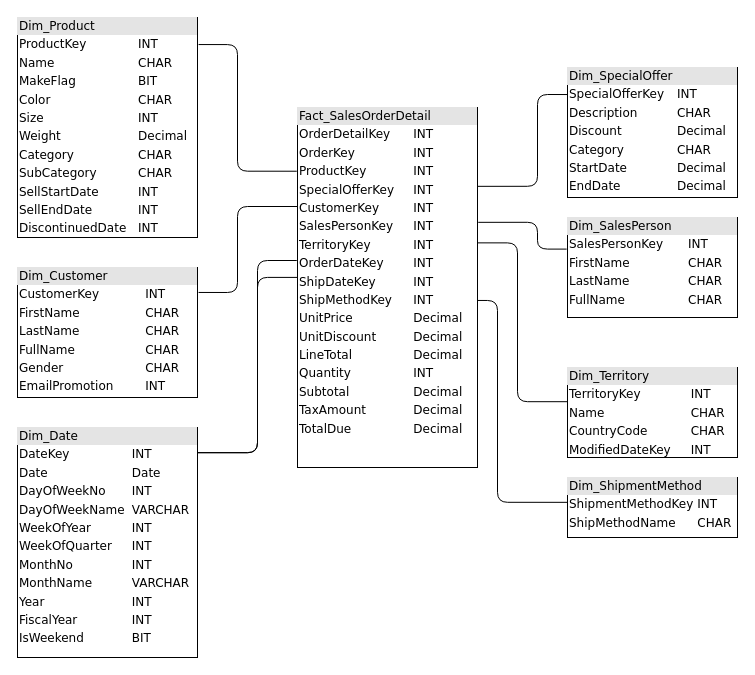
Above: DW_diagram.drawio in SlatanEnLexSemester4/Data-Warehousing-en-Business-Intelligence (draw.io), before the change. Source tidied: cells renumbered, new cells numbered last; positions are measured from the earlier drawing's top-left corner, leaving out a move shared by most shapes. Both pictures are drawn from the tidied source at 100%, with x=0, y=0 at pixel (17, 17).
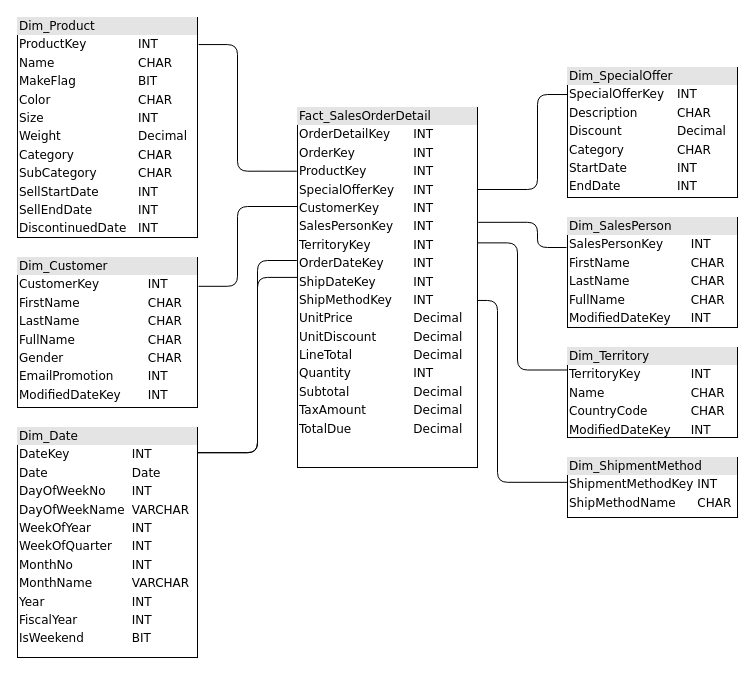
After the change.

Unchanged cells that the change refers to:
```xml
<mxCell id="2" value="&lt;div style=&quot;box-sizing: border-box ; width: 100% ; background: #e4e4e4 ; padding: 2px&quot;&gt;Fact_SalesOrderDetail&lt;/div&gt;&lt;table style=&quot;width: 100% ; font-size: 1em&quot; cellspacing=&quot;0&quot; cellpadding=&quot;2&quot;&gt;&lt;tbody&gt;&lt;tr&gt;&lt;td&gt;OrderDetailKey&lt;/td&gt;&lt;td&gt;INT&lt;/td&gt;&lt;td&gt;&lt;br&gt;&lt;/td&gt;&lt;/tr&gt;&lt;tr&gt;&lt;td&gt;OrderKey&lt;/td&gt;&lt;td&gt;INT&lt;/td&gt;&lt;td&gt;&lt;br&gt;&lt;/td&gt;&lt;/tr&gt;&lt;tr&gt;&lt;td&gt;ProductKey&lt;/td&gt;&lt;td&gt;INT&lt;/td&gt;&lt;td&gt;&lt;br&gt;&lt;/td&gt;&lt;/tr&gt;&lt;tr&gt;&lt;td&gt;SpecialOfferKey&lt;br&gt;&lt;/td&gt;&lt;td&gt;INT&lt;/td&gt;&lt;td&gt;&lt;br&gt;&lt;/td&gt;&lt;/tr&gt;&lt;tr&gt;&lt;td&gt;CustomerKey&lt;br&gt;&lt;/td&gt;&lt;td&gt;INT&lt;/td&gt;&lt;td&gt;&lt;br&gt;&lt;/td&gt;&lt;/tr&gt;&lt;tr&gt;&lt;td&gt;SalesPersonKey&lt;br&gt;&lt;/td&gt;&lt;td&gt;INT&lt;/td&gt;&lt;td&gt;&lt;br&gt;&lt;/td&gt;&lt;/tr&gt;&lt;tr&gt;&lt;td&gt;TerritoryKey&lt;br&gt;&lt;/td&gt;&lt;td&gt;INT&lt;/td&gt;&lt;td&gt;&lt;br&gt;&lt;/td&gt;&lt;/tr&gt;&lt;tr&gt;&lt;td&gt;OrderDateKey&lt;br&gt;&lt;/td&gt;&lt;td&gt;INT&lt;/td&gt;&lt;td&gt;&lt;br&gt;&lt;/td&gt;&lt;/tr&gt;&lt;tr&gt;&lt;td&gt;ShipDateKey&lt;br&gt;&lt;/td&gt;&lt;td&gt;INT&lt;br&gt;&lt;/td&gt;&lt;td&gt;&lt;br&gt;&lt;/td&gt;&lt;/tr&gt;&lt;tr&gt;&lt;td&gt;ShipMethodKey&lt;br&gt;&lt;/td&gt;&lt;td&gt;INT&lt;br&gt;&lt;/td&gt;&lt;td&gt;&lt;br&gt;&lt;/td&gt;&lt;/tr&gt;&lt;tr&gt;&lt;td&gt;UnitPrice&lt;br&gt;&lt;/td&gt;&lt;td&gt;Decimal&lt;br&gt;&lt;/td&gt;&lt;td&gt;&lt;br&gt;&lt;/td&gt;&lt;/tr&gt;&lt;tr&gt;&lt;td&gt;UnitDiscount&lt;br&gt;&lt;/td&gt;&lt;td&gt;Decimal&lt;br&gt;&lt;/td&gt;&lt;td&gt;&lt;br&gt;&lt;/td&gt;&lt;/tr&gt;&lt;tr&gt;&lt;td&gt;LineTotal&lt;br&gt;&lt;/td&gt;&lt;td&gt;Decimal&lt;br&gt;&lt;/td&gt;&lt;td&gt;&lt;br&gt;&lt;/td&gt;&lt;/tr&gt;&lt;tr&gt;&lt;td&gt;Quantity&lt;br&gt;&lt;/td&gt;&lt;td&gt;INT&lt;br&gt;&lt;/td&gt;&lt;td&gt;&lt;br&gt;&lt;/td&gt;&lt;/tr&gt;&lt;tr&gt;&lt;td&gt;Subtotal&lt;br&gt;&lt;/td&gt;&lt;td&gt;Decimal&lt;br&gt;&lt;/td&gt;&lt;td&gt;&lt;br&gt;&lt;/td&gt;&lt;/tr&gt;&lt;tr&gt;&lt;td&gt;TaxAmount&lt;br&gt;&lt;/td&gt;&lt;td&gt;Decimal&lt;br&gt;&lt;/td&gt;&lt;td&gt;&lt;br&gt;&lt;/td&gt;&lt;/tr&gt;&lt;tr&gt;&lt;td&gt;TotalDue&lt;br&gt;&lt;/td&gt;&lt;td&gt;Decimal&lt;br&gt;&lt;/td&gt;&lt;td&gt;&lt;br&gt;&lt;/td&gt;&lt;/tr&gt;&lt;/tbody&gt;&lt;/table&gt;" style="verticalAlign=top;align=left;overflow=fill;html=1;rounded=0;shadow=0;comic=0;labelBackgroundColor=none;strokeWidth=1;fontFamily=Verdana;fontSize=12;" parent="1" vertex="1">
  <mxGeometry x="280" y="90" width="180" height="360" as="geometry" />
</mxCell>
```

What changed in the source:
```diff
@@
-    <mxCell id="3" value="&lt;div style=&quot;box-sizing: border-box ; width: 100% ; background: #e4e4e4 ; padding: 2px&quot;&gt;Dim_SpecialOffer&lt;/div&gt;&lt;table style=&quot;width: 100% ; font-size: 1em&quot; cellspacing=&quot;0&quot; cellpadding=&quot;2&quot;&gt;&lt;tbody&gt;&lt;tr&gt;&lt;td&gt;SpecialOfferKey&lt;/td&gt;&lt;td&gt;INT&lt;/td&gt;&lt;td&gt;&lt;br&gt;&lt;/td&gt;&lt;/tr&gt;&lt;tr&gt;&lt;td&gt;Description&lt;/td&gt;&lt;td&gt;CHAR&lt;/td&gt;&lt;td&gt;&lt;br&gt;&lt;/td&gt;&lt;/tr&gt;&lt;tr&gt;&lt;td&gt;Discount&lt;br&gt;&lt;/td&gt;&lt;td&gt;Decimal&lt;br&gt;&lt;/td&gt;&lt;td&gt;&lt;br&gt;&lt;/td&gt;&lt;/tr&gt;&lt;tr&gt;&lt;td&gt;Category&lt;br&gt;&lt;/td&gt;&lt;td&gt;CHAR&lt;br&gt;&lt;/td&gt;&lt;td&gt;&lt;br&gt;&lt;/td&gt;&lt;/tr&gt;&lt;tr&gt;&lt;td&gt;StartDate&lt;br&gt;&lt;/td&gt;&lt;td&gt;Decimal&lt;br&gt;&lt;/td&gt;&lt;td&gt;&lt;br&gt;&lt;/td&gt;&lt;/tr&gt;&lt;tr&gt;&lt;td&gt;EndDate&lt;br&gt;&lt;/td&gt;&lt;td&gt;Decimal&lt;br&gt;&lt;/td&gt;&lt;td&gt;&lt;br&gt;&lt;/td&gt;&lt;/tr&gt;&lt;/tbody&gt;&lt;/table&gt;" style="verticalAlign=top;align=left;overflow=fill;html=1;rounded=0;shadow=0;comic=0;labelBackgroundColor=none;strokeWidth=1;fontFamily=Verdana;fontSize=12;" parent="1" vertex="1">
+    <mxCell id="3" value="&lt;div style=&quot;box-sizing: border-box ; width: 100% ; background: #e4e4e4 ; padding: 2px&quot;&gt;Dim_SpecialOffer&lt;/div&gt;&lt;table style=&quot;width: 100% ; font-size: 1em&quot; cellspacing=&quot;0&quot; cellpadding=&quot;2&quot;&gt;&lt;tbody&gt;&lt;tr&gt;&lt;td&gt;SpecialOfferKey&lt;/td&gt;&lt;td&gt;INT&lt;/td&gt;&lt;td&gt;&lt;br&gt;&lt;/td&gt;&lt;/tr&gt;&lt;tr&gt;&lt;td&gt;Description&lt;/td&gt;&lt;td&gt;CHAR&lt;/td&gt;&lt;td&gt;&lt;br&gt;&lt;/td&gt;&lt;/tr&gt;&lt;tr&gt;&lt;td&gt;Discount&lt;br&gt;&lt;/td&gt;&lt;td&gt;Decimal&lt;br&gt;&lt;/td&gt;&lt;td&gt;&lt;br&gt;&lt;/td&gt;&lt;/tr&gt;&lt;tr&gt;&lt;td&gt;Category&lt;br&gt;&lt;/td&gt;&lt;td&gt;CHAR&lt;br&gt;&lt;/td&gt;&lt;td&gt;&lt;br&gt;&lt;/td&gt;&lt;/tr&gt;&lt;tr&gt;&lt;td&gt;StartDate&lt;br&gt;&lt;/td&gt;&lt;td&gt;INT&lt;br&gt;&lt;/td&gt;&lt;td&gt;&lt;br&gt;&lt;/td&gt;&lt;/tr&gt;&lt;tr&gt;&lt;td&gt;EndDate&lt;br&gt;&lt;/td&gt;&lt;td&gt;INT&lt;br&gt;&lt;/td&gt;&lt;td&gt;&lt;br&gt;&lt;/td&gt;&lt;/tr&gt;&lt;/tbody&gt;&lt;/table&gt;" style="verticalAlign=top;align=left;overflow=fill;html=1;rounded=0;shadow=0;comic=0;labelBackgroundColor=none;strokeWidth=1;fontFamily=Verdana;fontSize=12;" parent="1" vertex="1">
       <mxGeometry x="550" y="50" width="170" height="130" as="geometry" />
     </mxCell>
     <mxCell id="4" value="&lt;div style=&quot;box-sizing: border-box ; width: 100% ; background: #e4e4e4 ; padding: 2px&quot;&gt;Dim_Territory&lt;/div&gt;&lt;table style=&quot;width: 100% ; font-size: 1em&quot; cellspacing=&quot;0&quot; cellpadding=&quot;2&quot;&gt;&lt;tbody&gt;&lt;tr&gt;&lt;td&gt;TerritoryKey&lt;/td&gt;&lt;td&gt;INT&lt;/td&gt;&lt;td&gt;&lt;br&gt;&lt;/td&gt;&lt;/tr&gt;&lt;tr&gt;&lt;td&gt;Name&lt;/td&gt;&lt;td&gt;CHAR&lt;/td&gt;&lt;td&gt;&lt;br&gt;&lt;/td&gt;&lt;/tr&gt;&lt;tr&gt;&lt;td&gt;CountryCode&lt;br&gt;&lt;/td&gt;&lt;td&gt;CHAR&lt;br&gt;&lt;/td&gt;&lt;td&gt;&lt;br&gt;&lt;/td&gt;&lt;/tr&gt;&lt;tr&gt;&lt;td&gt;ModifiedDateKey&lt;br&gt;&lt;/td&gt;&lt;td&gt;INT&lt;br&gt;&lt;/td&gt;&lt;td&gt;&lt;br&gt;&lt;/td&gt;&lt;/tr&gt;&lt;tr&gt;&lt;td&gt;&lt;br&gt;&lt;/td&gt;&lt;td&gt;&lt;br&gt;&lt;/td&gt;&lt;td&gt;&lt;br&gt;&lt;/td&gt;&lt;/tr&gt;&lt;tr&gt;&lt;td&gt;&lt;br&gt;&lt;/td&gt;&lt;td&gt;&lt;br&gt;&lt;/td&gt;&lt;td&gt;&lt;br&gt;&lt;/td&gt;&lt;/tr&gt;&lt;tr&gt;&lt;td&gt;&lt;br&gt;&lt;/td&gt;&lt;td&gt;&lt;br&gt;&lt;/td&gt;&lt;td&gt;&lt;br&gt;&lt;/td&gt;&lt;/tr&gt;&lt;/tbody&gt;&lt;/table&gt;" style="verticalAlign=top;align=left;overflow=fill;html=1;rounded=0;shadow=0;comic=0;labelBackgroundColor=none;strokeWidth=1;fontFamily=Verdana;fontSize=12;" parent="1" vertex="1">
-      <mxGeometry x="550" y="350" width="170" height="90" as="geometry" />
+      <mxGeometry x="550" y="330" width="170" height="90" as="geometry" />
     </mxCell>
@@
-    <mxCell id="6" value="&lt;div style=&quot;box-sizing: border-box ; width: 100% ; background: #e4e4e4 ; padding: 2px&quot;&gt;Dim_SalesPerson&lt;/div&gt;&lt;table style=&quot;width: 100% ; font-size: 1em&quot; cellspacing=&quot;0&quot; cellpadding=&quot;2&quot;&gt;&lt;tbody&gt;&lt;tr&gt;&lt;td&gt;SalesPersonKey&lt;/td&gt;&lt;td&gt;INT&lt;/td&gt;&lt;td&gt;&lt;br&gt;&lt;/td&gt;&lt;/tr&gt;&lt;tr&gt;&lt;td&gt;FirstName&lt;br&gt;&lt;/td&gt;&lt;td&gt;CHAR&lt;br&gt;&lt;/td&gt;&lt;td&gt;&lt;br&gt;&lt;/td&gt;&lt;/tr&gt;&lt;tr&gt;&lt;td&gt;LastName&lt;br&gt;&lt;/td&gt;&lt;td&gt;CHAR&lt;/td&gt;&lt;td&gt;&lt;br&gt;&lt;/td&gt;&lt;/tr&gt;&lt;tr&gt;&lt;td&gt;FullName&lt;br&gt;&lt;/td&gt;&lt;td&gt;CHAR&lt;br&gt;&lt;/td&gt;&lt;td&gt;&lt;br&gt;&lt;/td&gt;&lt;/tr&gt;&lt;tr&gt;&lt;td&gt;&lt;br&gt;&lt;/td&gt;&lt;td&gt;&lt;br&gt;&lt;/td&gt;&lt;td&gt;&lt;br&gt;&lt;/td&gt;&lt;/tr&gt;&lt;tr&gt;&lt;td&gt;&lt;br&gt;&lt;/td&gt;&lt;td&gt;&lt;br&gt;&lt;/td&gt;&lt;td&gt;&lt;br&gt;&lt;/td&gt;&lt;/tr&gt;&lt;/tbody&gt;&lt;/table&gt;" style="verticalAlign=top;align=left;overflow=fill;html=1;rounded=0;shadow=0;comic=0;labelBackgroundColor=none;strokeWidth=1;fontFamily=Verdana;fontSize=12;" parent="1" vertex="1">
-      <mxGeometry x="550" y="200" width="170" height="100" as="geometry" />
+    <mxCell id="6" value="&lt;div style=&quot;box-sizing: border-box ; width: 100% ; background: #e4e4e4 ; padding: 2px&quot;&gt;Dim_SalesPerson&lt;/div&gt;&lt;table style=&quot;width: 100% ; font-size: 1em&quot; cellspacing=&quot;0&quot; cellpadding=&quot;2&quot;&gt;&lt;tbody&gt;&lt;tr&gt;&lt;td&gt;SalesPersonKey&lt;/td&gt;&lt;td&gt;INT&lt;/td&gt;&lt;td&gt;&lt;br&gt;&lt;/td&gt;&lt;/tr&gt;&lt;tr&gt;&lt;td&gt;FirstName&lt;br&gt;&lt;/td&gt;&lt;td&gt;CHAR&lt;br&gt;&lt;/td&gt;&lt;td&gt;&lt;br&gt;&lt;/td&gt;&lt;/tr&gt;&lt;tr&gt;&lt;td&gt;LastName&lt;br&gt;&lt;/td&gt;&lt;td&gt;CHAR&lt;/td&gt;&lt;td&gt;&lt;br&gt;&lt;/td&gt;&lt;/tr&gt;&lt;tr&gt;&lt;td&gt;FullName&lt;br&gt;&lt;/td&gt;&lt;td&gt;CHAR&lt;br&gt;&lt;/td&gt;&lt;td&gt;&lt;br&gt;&lt;/td&gt;&lt;/tr&gt;&lt;tr&gt;&lt;td&gt;ModifiedDateKey&lt;br&gt;&lt;/td&gt;&lt;td&gt;INT&lt;br&gt;&lt;/td&gt;&lt;td&gt;&lt;br&gt;&lt;/td&gt;&lt;/tr&gt;&lt;tr&gt;&lt;td&gt;&lt;br&gt;&lt;/td&gt;&lt;td&gt;&lt;br&gt;&lt;/td&gt;&lt;td&gt;&lt;br&gt;&lt;/td&gt;&lt;/tr&gt;&lt;/tbody&gt;&lt;/table&gt;" style="verticalAlign=top;align=left;overflow=fill;html=1;rounded=0;shadow=0;comic=0;labelBackgroundColor=none;strokeWidth=1;fontFamily=Verdana;fontSize=12;" parent="1" vertex="1">
+      <mxGeometry x="550" y="200" width="170" height="110" as="geometry" />
     </mxCell>
     <mxCell id="7" value="&lt;div style=&quot;box-sizing: border-box ; width: 100% ; background: #e4e4e4 ; padding: 2px&quot;&gt;Dim_ShipmentMethod&lt;/div&gt;&lt;table style=&quot;width: 100% ; font-size: 1em&quot; cellspacing=&quot;0&quot; cellpadding=&quot;2&quot;&gt;&lt;tbody&gt;&lt;tr&gt;&lt;td&gt;ShipmentMethodKey&lt;/td&gt;&lt;td&gt;INT&lt;/td&gt;&lt;td&gt;&lt;br&gt;&lt;/td&gt;&lt;/tr&gt;&lt;tr&gt;&lt;td&gt;ShipMethodName&lt;br&gt;&lt;/td&gt;&lt;td&gt;CHAR&lt;/td&gt;&lt;td&gt;&lt;br&gt;&lt;/td&gt;&lt;/tr&gt;&lt;/tbody&gt;&lt;/table&gt;" style="verticalAlign=top;align=left;overflow=fill;html=1;rounded=0;shadow=0;comic=0;labelBackgroundColor=none;strokeWidth=1;fontFamily=Verdana;fontSize=12;" parent="1" vertex="1">
-      <mxGeometry x="550" y="460" width="170" height="60" as="geometry" />
+      <mxGeometry x="550" y="440" width="170" height="60" as="geometry" />
     </mxCell>
@@
-    <mxCell id="10" style="endArrow=none;html=1;entryX=0;entryY=0.208;entryDx=0;entryDy=0;exitX=1.002;exitY=0.219;exitDx=0;exitDy=0;exitPerimeter=0;entryPerimeter=0;edgeStyle=orthogonalEdgeStyle;" parent="1" edge="1" source="2" target="3">
+    <mxCell id="10" style="endArrow=none;html=1;entryX=0;entryY=0.208;entryDx=0;entryDy=0;entryPerimeter=0;edgeStyle=orthogonalEdgeStyle;" parent="1" edge="1" source="2" target="3">
       <mxGeometry relative="1" as="geometry">
         <Array as="points">
-          <mxPoint x="520" y="169" />
+          <mxPoint x="520" y="172" />
           <mxPoint x="520" y="77" />
         </Array>
       </mxGeometry>
     </mxCell>
     <mxCell id="11" style="endArrow=none;html=1;exitX=1.006;exitY=0.192;exitDx=0;exitDy=0;exitPerimeter=0;edgeStyle=orthogonalEdgeStyle;entryX=-0.002;entryY=0.275;entryDx=0;entryDy=0;entryPerimeter=0;" parent="1" edge="1" source="17" target="2">
       <mxGeometry relative="1" as="geometry">
         <Array as="points">
-          <mxPoint x="220" y="275" />
+          <mxPoint x="220" y="269" />
           <mxPoint x="220" y="189" />
         </Array>
       </mxGeometry>
     </mxCell>
-    <mxCell id="12" style="endArrow=none;html=1;entryX=0;entryY=0.38;entryDx=0;entryDy=0;entryPerimeter=0;edgeStyle=orthogonalEdgeStyle;exitX=1.002;exitY=0.376;exitDx=0;exitDy=0;exitPerimeter=0;" parent="1" edge="1" source="2" target="4">
+    <mxCell id="12" style="endArrow=none;html=1;edgeStyle=orthogonalEdgeStyle;exitX=1.002;exitY=0.376;exitDx=0;exitDy=0;exitPerimeter=0;entryX=0;entryY=0.25;entryDx=0;entryDy=0;" parent="1" edge="1" source="2" target="4">
       <mxGeometry relative="1" as="geometry">
         <Array as="points">
           <mxPoint x="500" y="225" />
-          <mxPoint x="500" y="384" />
+          <mxPoint x="500" y="353" />
         </Array>
       </mxGeometry>
     </mxCell>
@@
-    <mxCell id="14" style="endArrow=none;html=1;edgeStyle=orthogonalEdgeStyle;entryX=-0.005;entryY=0.316;entryDx=0;entryDy=0;entryPerimeter=0;exitX=1.004;exitY=0.319;exitDx=0;exitDy=0;exitPerimeter=0;" parent="1" edge="1" source="2" target="6">
+    <mxCell id="14" style="endArrow=none;html=1;edgeStyle=orthogonalEdgeStyle;exitX=1.004;exitY=0.319;exitDx=0;exitDy=0;exitPerimeter=0;" parent="1" edge="1" source="2">
       <mxGeometry relative="1" as="geometry">
+        <mxPoint x="549" y="230" as="targetPoint" />
         <Array as="points">
           <mxPoint x="520" y="205" />
-          <mxPoint x="520" y="232" />
+          <mxPoint x="520" y="230" />
         </Array>
       </mxGeometry>
     </mxCell>
     <mxCell id="15" style="endArrow=none;html=1;entryX=0;entryY=0.414;entryDx=0;entryDy=0;entryPerimeter=0;edgeStyle=orthogonalEdgeStyle;exitX=1;exitY=0.536;exitDx=0;exitDy=0;exitPerimeter=0;" parent="1" edge="1" source="2" target="7">
       <mxGeometry relative="1" as="geometry">
         <Array as="points">
           <mxPoint x="480" y="283" />
-          <mxPoint x="480" y="485" />
+          <mxPoint x="480" y="465" />
         </Array>
       </mxGeometry>
     </mxCell>
@@
-    <mxCell id="17" value="&lt;div style=&quot;box-sizing: border-box ; width: 100% ; background: #e4e4e4 ; padding: 2px&quot;&gt;Dim_Customer&lt;/div&gt;&lt;table style=&quot;width: 100% ; font-size: 1em&quot; cellspacing=&quot;0&quot; cellpadding=&quot;2&quot;&gt;&lt;tbody&gt;&lt;tr&gt;&lt;td&gt;CustomerKey&lt;/td&gt;&lt;td&gt;INT&lt;/td&gt;&lt;td&gt;&lt;br&gt;&lt;/td&gt;&lt;/tr&gt;&lt;tr&gt;&lt;td&gt;FirstName&lt;br&gt;&lt;/td&gt;&lt;td&gt;CHAR&lt;br&gt;&lt;/td&gt;&lt;td&gt;&lt;br&gt;&lt;/td&gt;&lt;/tr&gt;&lt;tr&gt;&lt;td&gt;LastName&lt;br&gt;&lt;/td&gt;&lt;td&gt;CHAR&lt;/td&gt;&lt;td&gt;&lt;br&gt;&lt;/td&gt;&lt;/tr&gt;&lt;tr&gt;&lt;td&gt;FullName&lt;br&gt;&lt;/td&gt;&lt;td&gt;CHAR&lt;br&gt;&lt;/td&gt;&lt;td&gt;&lt;br&gt;&lt;/td&gt;&lt;/tr&gt;&lt;tr&gt;&lt;td&gt;Gender&lt;br&gt;&lt;/td&gt;&lt;td&gt;CHAR&lt;br&gt;&lt;/td&gt;&lt;td&gt;&lt;br&gt;&lt;/td&gt;&lt;/tr&gt;&lt;tr&gt;&lt;td&gt;EmailPromotion&lt;br&gt;&lt;/td&gt;&lt;td&gt;INT&lt;br&gt;&lt;/td&gt;&lt;td&gt;&lt;br&gt;&lt;/td&gt;&lt;/tr&gt;&lt;/tbody&gt;&lt;/table&gt;" style="verticalAlign=top;align=left;overflow=fill;html=1;rounded=0;shadow=0;comic=0;labelBackgroundColor=none;strokeWidth=1;fontFamily=Verdana;fontSize=12;" parent="1" vertex="1">
-      <mxGeometry y="250" width="180" height="130" as="geometry" />
+    <mxCell id="17" value="&lt;div style=&quot;box-sizing: border-box ; width: 100% ; background: #e4e4e4 ; padding: 2px&quot;&gt;Dim_Customer&lt;/div&gt;&lt;table style=&quot;width: 100% ; font-size: 1em&quot; cellspacing=&quot;0&quot; cellpadding=&quot;2&quot;&gt;&lt;tbody&gt;&lt;tr&gt;&lt;td&gt;CustomerKey&lt;/td&gt;&lt;td&gt;INT&lt;/td&gt;&lt;td&gt;&lt;br&gt;&lt;/td&gt;&lt;/tr&gt;&lt;tr&gt;&lt;td&gt;FirstName&lt;br&gt;&lt;/td&gt;&lt;td&gt;CHAR&lt;br&gt;&lt;/td&gt;&lt;td&gt;&lt;br&gt;&lt;/td&gt;&lt;/tr&gt;&lt;tr&gt;&lt;td&gt;LastName&lt;br&gt;&lt;/td&gt;&lt;td&gt;CHAR&lt;/td&gt;&lt;td&gt;&lt;br&gt;&lt;/td&gt;&lt;/tr&gt;&lt;tr&gt;&lt;td&gt;FullName&lt;br&gt;&lt;/td&gt;&lt;td&gt;CHAR&lt;br&gt;&lt;/td&gt;&lt;td&gt;&lt;br&gt;&lt;/td&gt;&lt;/tr&gt;&lt;tr&gt;&lt;td&gt;Gender&lt;br&gt;&lt;/td&gt;&lt;td&gt;CHAR&lt;br&gt;&lt;/td&gt;&lt;td&gt;&lt;br&gt;&lt;/td&gt;&lt;/tr&gt;&lt;tr&gt;&lt;td&gt;EmailPromotion&lt;br&gt;&lt;/td&gt;&lt;td&gt;INT&lt;br&gt;&lt;/td&gt;&lt;td&gt;&lt;br&gt;&lt;/td&gt;&lt;/tr&gt;&lt;tr&gt;&lt;td&gt;ModifiedDateKey&lt;br&gt;&lt;/td&gt;&lt;td&gt;INT&lt;br&gt;&lt;/td&gt;&lt;td&gt;&lt;br&gt;&lt;/td&gt;&lt;/tr&gt;&lt;/tbody&gt;&lt;/table&gt;" style="verticalAlign=top;align=left;overflow=fill;html=1;rounded=0;shadow=0;comic=0;labelBackgroundColor=none;strokeWidth=1;fontFamily=Verdana;fontSize=12;" parent="1" vertex="1">
+      <mxGeometry y="240" width="180" height="150" as="geometry" />
     </mxCell>
```
